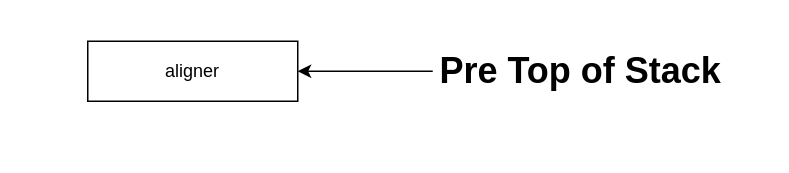
Earlier version of the draw.io diagram FreeRTOS/diagrams/TaskStackFrame.drawio (over-infinity/-Tutorials). Source tidied: cells renumbered, new cells numbered last; positions are measured from the earlier drawing's top-left corner, leaving out a move shared by most shapes. Both pictures are drawn from the tidied source at 150%, with x=0, y=0 at pixel (87, 40).
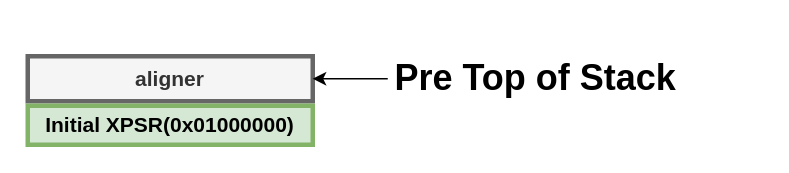
The same page after the edit.

Change to the diagram source:
```diff
@@
 <mxGraphModel>
   <root>
     <mxCell id="0" />
     <mxCell id="1" parent="0" />
-    <mxCell id="2" value="aligner" style="rounded=0;whiteSpace=wrap;html=1;" parent="1" vertex="1">
-      <mxGeometry width="140" height="40" as="geometry" />
+    <mxCell id="2" value="aligner" style="rounded=0;whiteSpace=wrap;html=1;fillColor=#f5f5f5;strokeColor=#666666;strokeWidth=3;fontColor=#333333;fontStyle=1;fontSize=14;" parent="1" vertex="1">
+      <mxGeometry x="-40" y="10" width="190" height="30" as="geometry" />
     </mxCell>
     <mxCell id="3" style="edgeStyle=orthogonalEdgeStyle;rounded=0;jettySize=auto;html=1;entryX=1;entryY=0.5;entryDx=0;entryDy=0;" parent="1" edge="1" source="4" target="2">
       <mxGeometry relative="1" as="geometry" />
     </mxCell>
     <mxCell id="4" value="&lt;h1&gt;Pre Top of Stack&lt;br&gt;&lt;/h1&gt;&lt;p&gt;&lt;br&gt;&lt;/p&gt;" style="text;html=1;strokeColor=none;fillColor=none;spacing=5;spacingTop=-20;whiteSpace=wrap;overflow=hidden;rounded=0;" parent="1" vertex="1">
-      <mxGeometry x="230" width="220" height="40" as="geometry" />
+      <mxGeometry x="200" y="5" width="210" height="40" as="geometry" />
     </mxCell>
+    <mxCell id="5" value="Initial XPSR(0x01000000)" style="rounded=0;whiteSpace=wrap;html=1;strokeWidth=3;fillColor=#d5e8d4;strokeColor=#82b366;fontSize=14;fontStyle=1;" parent="1" vertex="1">
+      <mxGeometry x="-40" y="43" width="190" height="26" as="geometry" />
+    </mxCell>
   </root>
 </mxGraphModel>
```
